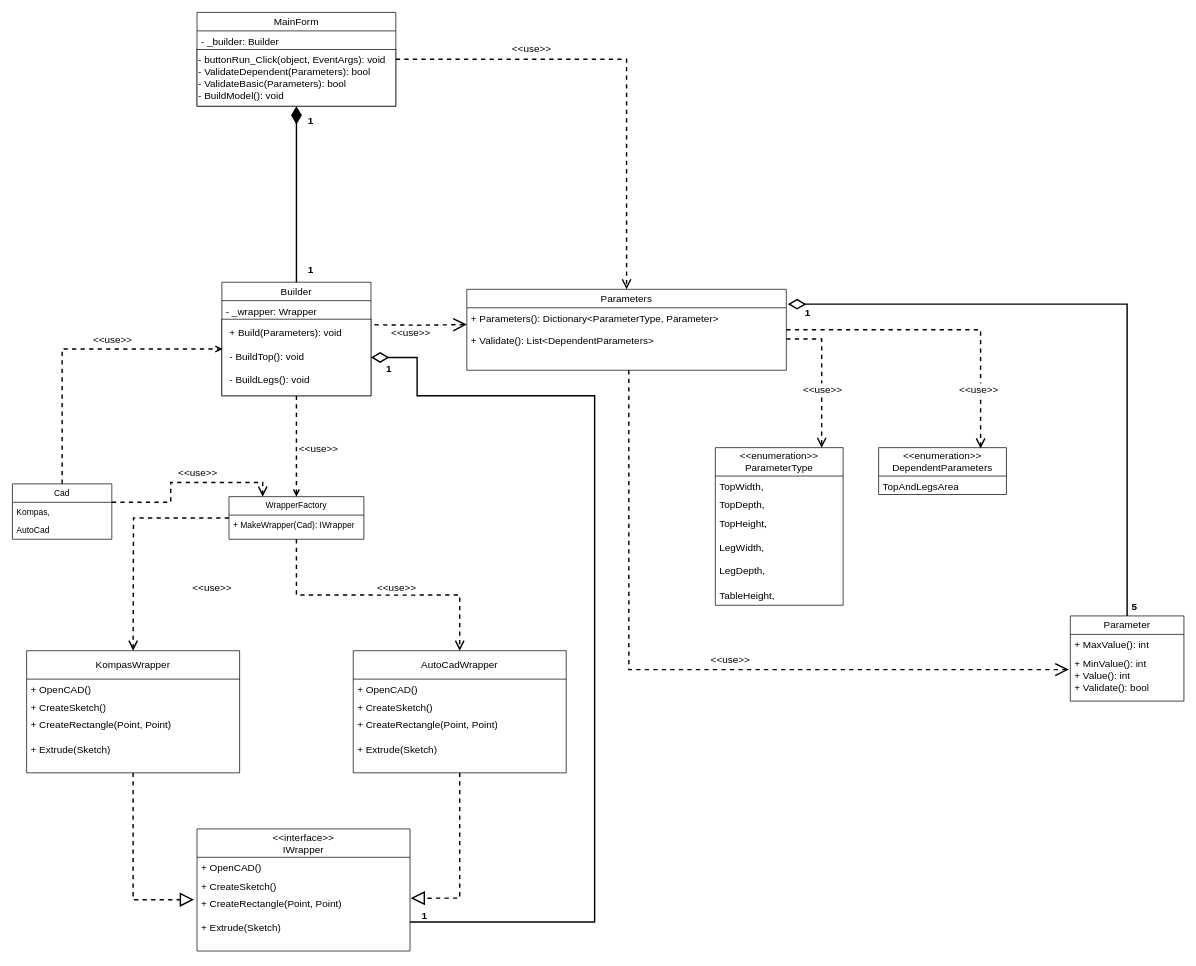
Above: docs/ПС_ДК.drawio in isaacparson/kompas_table_plugin (draw.io), before the change. Source tidied: cells renumbered, new cells numbered last; positions are measured from the earlier drawing's top-left corner, leaving out a move shared by most shapes. Both pictures are drawn from the tidied source at 71%, with x=0, y=0 at pixel (12, 12).
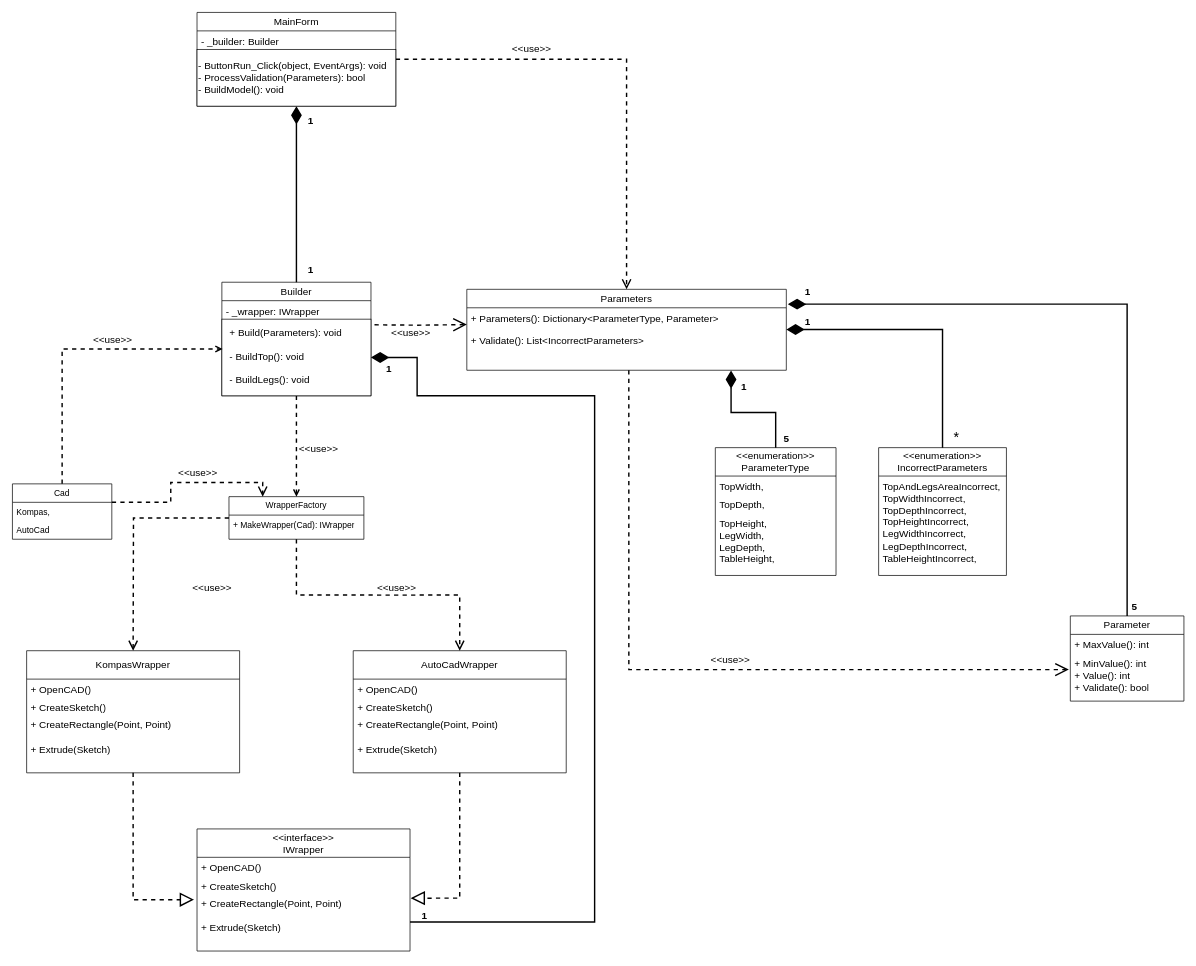
Above is the later version.

Unchanged cells that the change refers to:
```xml
<mxCell id="6" value="Parameter" style="swimlane;fontStyle=0;horizontal=1;startSize=26;fillColor=none;whiteSpace=wrap;html=1;fontSize=14;" parent="1" vertex="1">
  <mxGeometry x="1490" y="850" width="160" height="120" as="geometry" />
</mxCell>
<mxCell id="11" value="Parameters" style="swimlane;fontStyle=0;horizontal=1;startSize=26;fillColor=none;whiteSpace=wrap;html=1;fontSize=14;" parent="1" vertex="1">
  <mxGeometry x="640" y="390" width="450" height="114" as="geometry" />
</mxCell>
<mxCell id="12" value="+ Parameters(): Dictionary&amp;lt;ParameterType, Parameter&amp;gt;" style="text;strokeColor=none;fillColor=none;align=left;verticalAlign=top;spacingLeft=4;spacingRight=4;overflow=hidden;points=[[0,0.5],[1,0.5]];portConstraint=eastwest;whiteSpace=wrap;html=1;fontSize=14;" parent="11" vertex="1">
  <mxGeometry y="26" width="450" height="88" as="geometry" />
</mxCell>
<mxCell id="17" value="Builder" style="swimlane;fontStyle=0;horizontal=1;startSize=26;fillColor=none;whiteSpace=wrap;html=1;fontSize=14;" parent="1" vertex="1">
  <mxGeometry x="295" y="380" width="210" height="160" as="geometry" />
</mxCell>
<mxCell id="19" style="html=1;whiteSpace=wrap;" parent="17" vertex="1">
  <mxGeometry y="52" width="210" height="108" as="geometry" />
</mxCell>
<mxCell id="26" value="+ CreateRectangle(Point, Point)&lt;div&gt;&lt;br&gt;&lt;/div&gt;&lt;div&gt;+ Extrude(Sketch)&lt;/div&gt;" style="text;strokeColor=none;fillColor=none;align=left;verticalAlign=top;spacingLeft=4;spacingRight=4;overflow=hidden;points=[[0,0.5],[1,0.5]];portConstraint=eastwest;whiteSpace=wrap;html=1;fontSize=14;" parent="23" vertex="1">
  <mxGeometry y="90" width="300" height="82" as="geometry" />
</mxCell>
<mxCell id="30" value="MainForm" style="swimlane;fontStyle=0;horizontal=1;startSize=26;fillColor=none;whiteSpace=wrap;html=1;fontSize=14;" parent="1" vertex="1">
  <mxGeometry x="260" width="280" height="132" as="geometry" />
</mxCell>
```

The edit, as a diff of the source:
```diff
@@
     <mxCell id="2" value="&amp;lt;&amp;lt;enumeration&amp;gt;&amp;gt;&lt;div style=&quot;font-size: 14px;&quot;&gt;ParameterType&lt;/div&gt;" style="swimlane;fontStyle=0;horizontal=1;startSize=40;fillColor=none;whiteSpace=wrap;html=1;labelBackgroundColor=none;fontSize=14;" parent="1" vertex="1">
-      <mxGeometry x="990" y="613" width="180" height="222" as="geometry" />
+      <mxGeometry x="990" y="613" width="170" height="180" as="geometry" />
     </mxCell>
     <mxCell id="3" value="TopWidth," style="text;strokeColor=none;fillColor=none;align=left;verticalAlign=top;spacingLeft=4;spacingRight=4;overflow=hidden;whiteSpace=wrap;html=1;fontSize=14;" parent="2" vertex="1">
-      <mxGeometry y="40" width="180" height="26" as="geometry" />
+      <mxGeometry y="40" width="170" height="26" as="geometry" />
     </mxCell>
     <mxCell id="4" value="TopDepth," style="text;strokeColor=none;fillColor=none;align=left;verticalAlign=top;spacingLeft=4;spacingRight=4;overflow=hidden;whiteSpace=wrap;html=1;fontSize=14;" parent="2" vertex="1">
-      <mxGeometry y="66" width="180" height="26" as="geometry" />
+      <mxGeometry y="66" width="170" height="26" as="geometry" />
     </mxCell>
-    <mxCell id="5" value="&lt;div style=&quot;font-size: 14px;&quot;&gt;&lt;span style=&quot;background-color: initial; font-size: 14px;&quot;&gt;TopHeight,&lt;/span&gt;&lt;br style=&quot;font-size: 14px;&quot;&gt;&lt;/div&gt;&lt;div style=&quot;font-size: 14px;&quot;&gt;&lt;span style=&quot;background-color: initial; font-size: 14px;&quot;&gt;&lt;br style=&quot;font-size: 14px;&quot;&gt;&lt;/span&gt;&lt;/div&gt;&lt;div style=&quot;font-size: 14px;&quot;&gt;LegWidth,&lt;div style=&quot;font-size: 14px;&quot;&gt;&lt;br style=&quot;font-size: 14px;&quot;&gt;&lt;/div&gt;&lt;div style=&quot;font-size: 14px;&quot;&gt;LegDepth,&lt;/div&gt;&lt;/div&gt;&lt;div style=&quot;font-size: 14px;&quot;&gt;&lt;br style=&quot;font-size: 14px;&quot;&gt;&lt;/div&gt;&lt;div style=&quot;font-size: 14px;&quot;&gt;TableHeight,&lt;/div&gt;" style="text;strokeColor=none;fillColor=none;align=left;verticalAlign=top;spacingLeft=4;spacingRight=4;overflow=hidden;whiteSpace=wrap;html=1;fontSize=14;" parent="2" vertex="1">
-      <mxGeometry y="92" width="180" height="130" as="geometry" />
+    <mxCell id="5" value="&lt;div style=&quot;font-size: 14px;&quot;&gt;&lt;span style=&quot;background-color: initial; font-size: 14px;&quot;&gt;TopHeight,&lt;/span&gt;&lt;/div&gt;&lt;div style=&quot;font-size: 14px;&quot;&gt;LegWidth,&lt;div style=&quot;font-size: 14px;&quot;&gt;LegDepth,&lt;/div&gt;&lt;/div&gt;&lt;div style=&quot;font-size: 14px;&quot;&gt;TableHeight,&lt;/div&gt;" style="text;strokeColor=none;fillColor=none;align=left;verticalAlign=top;spacingLeft=4;spacingRight=4;overflow=hidden;whiteSpace=wrap;html=1;fontSize=14;" parent="2" vertex="1">
+      <mxGeometry y="92" width="170" height="88" as="geometry" />
     </mxCell>
@@
-    <mxCell id="13" style="edgeStyle=orthogonalEdgeStyle;rounded=0;jettySize=auto;html=1;entryX=1.005;entryY=-0.058;entryDx=0;entryDy=0;entryPerimeter=0;strokeWidth=2;endArrow=diamondThin;endFill=0;endSize=20;" parent="1" edge="1" source="6" target="12">
+    <mxCell id="13" style="edgeStyle=orthogonalEdgeStyle;rounded=0;jettySize=auto;html=1;entryX=1.005;entryY=-0.058;entryDx=0;entryDy=0;entryPerimeter=0;strokeWidth=2;endArrow=diamondThin;endFill=1;endSize=20;" parent="1" edge="1" source="6" target="12">
       <mxGeometry relative="1" as="geometry" />
     </mxCell>
@@
     <mxCell id="15" value="1" style="text;align=center;fontStyle=1;verticalAlign=middle;spacingLeft=3;spacingRight=3;strokeColor=none;html=1;fontSize=14;" parent="1" vertex="1">
-      <mxGeometry x="1080" y="410" width="80" height="26" as="geometry" />
+      <mxGeometry x="1080" y="380" width="80" height="26" as="geometry" />
     </mxCell>
@@
-    <mxCell id="18" value="- _wrapper: Wrapper" style="text;strokeColor=none;fillColor=none;align=left;verticalAlign=top;spacingLeft=4;spacingRight=4;overflow=hidden;whiteSpace=wrap;html=1;fontSize=14;" parent="17" vertex="1">
+    <mxCell id="18" value="- _wrapper: IWrapper" style="text;strokeColor=none;fillColor=none;align=left;verticalAlign=top;spacingLeft=4;spacingRight=4;overflow=hidden;whiteSpace=wrap;html=1;fontSize=14;" parent="17" vertex="1">
       <mxGeometry y="26" width="210" height="26" as="geometry" />
     </mxCell>
@@
-    <mxCell id="27" style="edgeStyle=orthogonalEdgeStyle;rounded=0;jettySize=auto;html=1;entryX=1;entryY=0.5;entryDx=0;entryDy=0;exitX=1;exitY=0.5;exitDx=0;exitDy=0;startArrow=diamondThin;startFill=0;endArrow=none;endFill=0;endSize=11;targetPerimeterSpacing=0;strokeWidth=2;sourcePerimeterSpacing=0;startSize=20;" parent="1" edge="1" source="19" target="26">
+    <mxCell id="27" style="edgeStyle=orthogonalEdgeStyle;rounded=0;jettySize=auto;html=1;entryX=1;entryY=0.5;entryDx=0;entryDy=0;exitX=1;exitY=0.5;exitDx=0;exitDy=0;startArrow=diamondThin;startFill=1;endArrow=none;endFill=0;endSize=11;targetPerimeterSpacing=0;strokeWidth=2;sourcePerimeterSpacing=0;startSize=20;" parent="1" edge="1" source="19" target="26">
       <mxGeometry relative="1" as="geometry">
         <Array as="points">
           <mxPoint x="570" y="486" />
           <mxPoint x="570" y="540" />
           <mxPoint x="820" y="540" />
           <mxPoint x="820" y="1281" />
         </Array>
       </mxGeometry>
     </mxCell>
@@
-    <mxCell id="32" value="-&amp;nbsp;buttonRun_Click(object, EventArgs): void&lt;br&gt;-&amp;nbsp;ValidateDependent(Parameters): bool&lt;div&gt;- ValidateBasic(Parameters): bool&lt;br&gt;- BuildModel(): void&lt;/div&gt;" style="html=1;whiteSpace=wrap;align=left;fontSize=14;" parent="30" vertex="1">
+    <mxCell id="32" value="- ButtonRun_Click(object, EventArgs): void&lt;br&gt;- ProcessValidation(Parameters): bool&lt;div&gt;- BuildModel(): void&lt;/div&gt;" style="html=1;whiteSpace=wrap;align=left;fontSize=14;" parent="30" vertex="1">
       <mxGeometry y="52" width="280" height="80" as="geometry" />
     </mxCell>
@@
-    <mxCell id="35" value="&lt;div&gt;&lt;br&gt;&lt;/div&gt;+ Validate(): List&amp;lt;DependentParameters&amp;gt;" style="text;strokeColor=none;fillColor=none;align=left;verticalAlign=top;spacingLeft=4;spacingRight=4;overflow=hidden;whiteSpace=wrap;html=1;fontSize=14;" parent="1" vertex="1">
+    <mxCell id="35" value="&lt;div&gt;&lt;br&gt;&lt;/div&gt;+ Validate(): List&amp;lt;IncorrectParameters&amp;gt;" style="text;strokeColor=none;fillColor=none;align=left;verticalAlign=top;spacingLeft=4;spacingRight=4;overflow=hidden;whiteSpace=wrap;html=1;fontSize=14;" parent="1" vertex="1">
       <mxGeometry x="640" y="430" width="290" height="85" as="geometry" />
     </mxCell>
@@
-    <mxCell id="63" value="&amp;lt;&amp;lt;enumeration&amp;gt;&amp;gt;&lt;div style=&quot;font-size: 14px;&quot;&gt;&lt;span style=&quot;text-align: left;&quot;&gt;DependentParameters&lt;/span&gt;&lt;/div&gt;" style="swimlane;fontStyle=0;horizontal=1;startSize=40;fillColor=none;whiteSpace=wrap;html=1;labelBackgroundColor=none;fontSize=14;" parent="1" vertex="1">
-      <mxGeometry x="1220" y="613" width="180" height="66" as="geometry" />
+    <mxCell id="63" value="&amp;lt;&amp;lt;enumeration&amp;gt;&amp;gt;&lt;div style=&quot;font-size: 14px;&quot;&gt;&lt;span style=&quot;text-align: left;&quot;&gt;IncorrectParameters&lt;/span&gt;&lt;/div&gt;" style="swimlane;fontStyle=0;horizontal=1;startSize=40;fillColor=none;whiteSpace=wrap;html=1;labelBackgroundColor=none;fontSize=14;" parent="1" vertex="1">
+      <mxGeometry x="1220" y="613" width="180" height="180" as="geometry" />
     </mxCell>
-    <mxCell id="64" value="TopAndLegsArea" style="text;strokeColor=none;fillColor=none;align=left;verticalAlign=top;spacingLeft=4;spacingRight=4;overflow=hidden;whiteSpace=wrap;html=1;fontSize=14;" parent="63" vertex="1">
-      <mxGeometry y="40" width="180" height="26" as="geometry" />
+    <mxCell id="64" value="TopAndLegsAreaIncorrect,&lt;div&gt;TopWidthIncorrect,&lt;/div&gt;&lt;div&gt;TopDepthIncorrect,&lt;/div&gt;&lt;div&gt;TopHeightIncorrect,&lt;/div&gt;&lt;div&gt;LegWidthIncorrect,&lt;/div&gt;&lt;div&gt;LegDepthIncorrect,&lt;/div&gt;&lt;div&gt;TableHeightIncorrect,&lt;br&gt;&lt;div&gt;&lt;br&gt;&lt;/div&gt;&lt;/div&gt;" style="text;strokeColor=none;fillColor=none;align=left;verticalAlign=top;spacingLeft=4;spacingRight=4;overflow=hidden;whiteSpace=wrap;html=1;fontSize=14;" parent="63" vertex="1">
+      <mxGeometry y="40" width="180" height="140" as="geometry" />
     </mxCell>
-    <mxCell id="65" style="edgeStyle=orthogonalEdgeStyle;rounded=0;jettySize=auto;html=1;entryX=0.832;entryY=0.001;entryDx=0;entryDy=0;dashed=1;strokeWidth=2;endArrow=open;endFill=0;endSize=10;entryPerimeter=0;" parent="1" edge="1" source="12" target="2">
-      <mxGeometry relative="1" as="geometry" />
-    </mxCell>
-    <mxCell id="66" value="&amp;lt;&amp;lt;use&amp;gt;&amp;gt;" style="edgeLabel;html=1;align=center;verticalAlign=middle;fontSize=14;" parent="1" vertex="1">
-      <mxGeometry x="1140" y="530" as="geometry" />
-    </mxCell>
-    <mxCell id="67" style="edgeStyle=orthogonalEdgeStyle;rounded=0;jettySize=auto;html=1;entryX=0.798;entryY=0.019;entryDx=0;entryDy=0;entryPerimeter=0;strokeWidth=2;dashed=1;endArrow=open;endFill=0;endSize=10;" parent="1" edge="1" source="11" target="63">
-      <mxGeometry relative="1" as="geometry" />
-    </mxCell>
-    <mxCell id="68" value="&amp;lt;&amp;lt;use&amp;gt;&amp;gt;" style="edgeLabel;html=1;align=center;verticalAlign=middle;fontSize=14;" parent="1" vertex="1">
-      <mxGeometry x="1360" y="530" as="geometry" />
-    </mxCell>
+    <mxCell id="69" style="edgeStyle=orthogonalEdgeStyle;rounded=0;jettySize=auto;html=1;entryX=1;entryY=0.348;entryDx=0;entryDy=0;entryPerimeter=0;strokeWidth=2;endArrow=diamondThin;endFill=1;endSize=20;" parent="1" edge="1" source="63" target="12">
+      <mxGeometry relative="1" as="geometry" />
+    </mxCell>
+    <mxCell id="70" style="edgeStyle=orthogonalEdgeStyle;rounded=0;jettySize=auto;html=1;entryX=0.827;entryY=1.002;entryDx=0;entryDy=0;entryPerimeter=0;strokeWidth=2;endArrow=diamondThin;endFill=1;endSize=20;" parent="1" edge="1" source="2" target="12">
+      <mxGeometry relative="1" as="geometry" />
+    </mxCell>
+    <mxCell id="71" value="1" style="text;align=center;fontStyle=1;verticalAlign=middle;spacingLeft=3;spacingRight=3;strokeColor=none;html=1;fontSize=14;" parent="1" vertex="1">
+      <mxGeometry x="990" y="514" width="80" height="26" as="geometry" />
+    </mxCell>
+    <mxCell id="72" value="1" style="text;align=center;fontStyle=1;verticalAlign=middle;spacingLeft=3;spacingRight=3;strokeColor=none;html=1;fontSize=14;" parent="1" vertex="1">
+      <mxGeometry x="1080" y="423" width="80" height="26" as="geometry" />
+    </mxCell>
+    <mxCell id="73" value="5" style="text;align=center;fontStyle=1;verticalAlign=middle;spacingLeft=3;spacingRight=3;strokeColor=none;html=1;fontSize=14;" parent="1" vertex="1">
+      <mxGeometry x="1050" y="587" width="80" height="26" as="geometry" />
+    </mxCell>
+    <mxCell id="74" value="&lt;font style=&quot;font-size: 20px;&quot;&gt;*&lt;/font&gt;" style="text;html=1;align=center;verticalAlign=middle;whiteSpace=wrap;rounded=0;" parent="1" vertex="1">
+      <mxGeometry x="1300" y="583" width="60" height="30" as="geometry" />
+    </mxCell>
```
